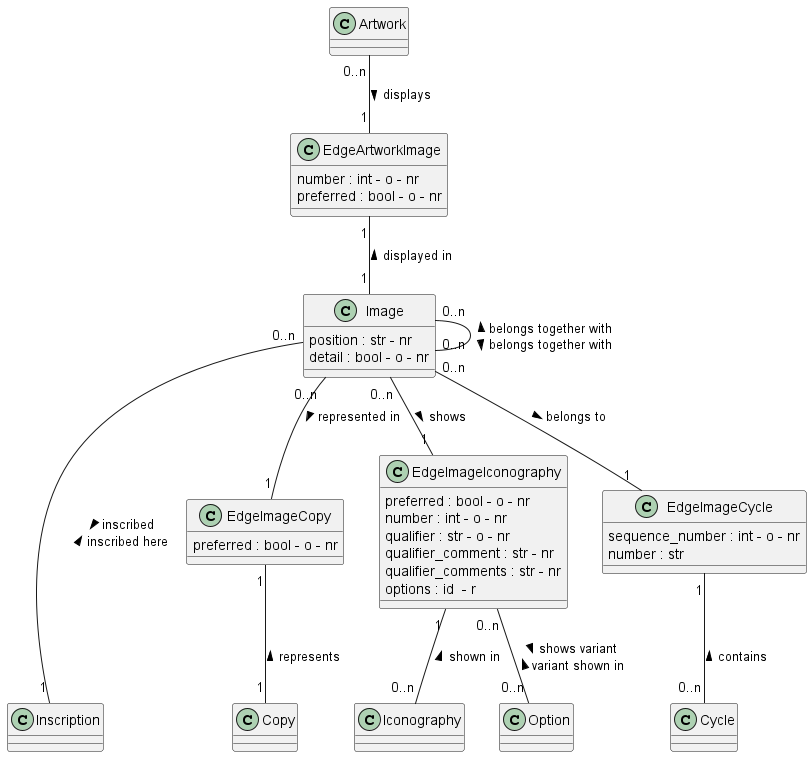
Before: documentation/class_diagrams/Image.png, a diagram exported from PlantUML (tmasch/bpf_be).
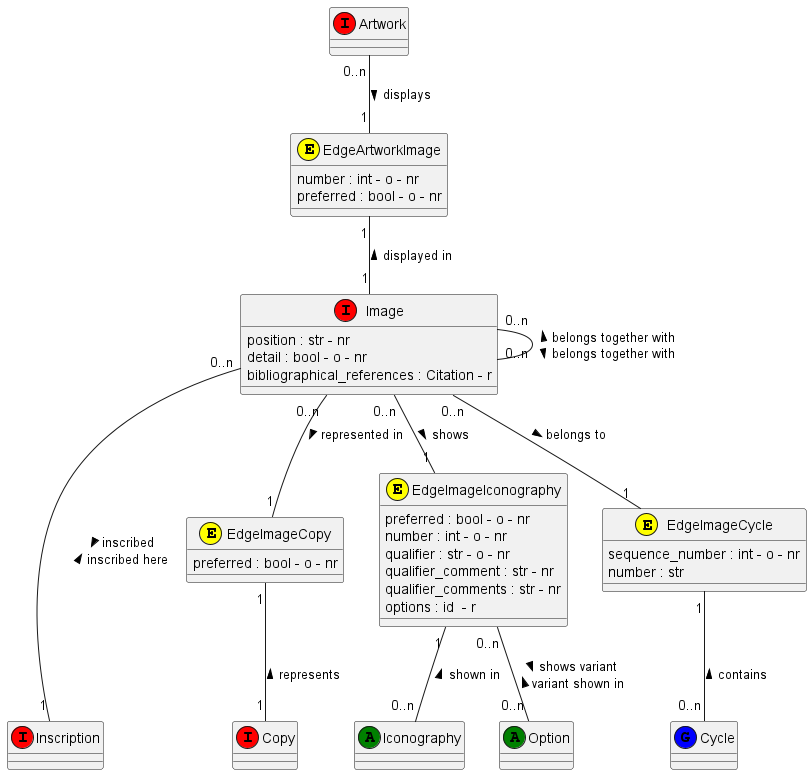
After the change.

The edit, as a diff of the source:
```diff
@@ -1,25 +1,31 @@
 @startuml Image
 
-class Image
+class Image <<(I,red)>>
 
 Image : position : str - nr
 Image : detail : bool - o - nr
+Image : bibliographical_references : Citation - r
 
+class Artwork <<(I,red)>>
 
-class EdgeArtworkImage
+class Iconography <<(A,green)>>
 
-class Iconography
+class Inscription <<(I,red)>>
 
-class Inscription
+class Copy <<(I,red)>>
 
-class EdgeArtworkImage
+class Option <<(A,green)>>
+
+class Cycle <<(G,blue)>>
+
+class EdgeArtworkImage <<(E,yellow)>>
 EdgeArtworkImage : number : int - o - nr
 EdgeArtworkImage : preferred : bool - o - nr
 
-class EdgeImageCopy
+class EdgeImageCopy <<(E,yellow)>>
 EdgeImageCopy : preferred : bool - o - nr
 
-class EdgeImageIconography
+class EdgeImageIconography <<(E,yellow)>>
 EdgeImageIconography : preferred : bool - o - nr
 EdgeImageIconography : number : int - o - nr
 EdgeImageIconography : qualifier : str - o - nr
@@ -28,7 +34,7 @@
 EdgeImageIconography : options : id  - r
 
 
-class EdgeImageCycle
+class EdgeImageCycle <<(E,yellow)>>
 EdgeImageCycle : sequence_number : int - o - nr
 EdgeImageCycle : number : str
 
```
